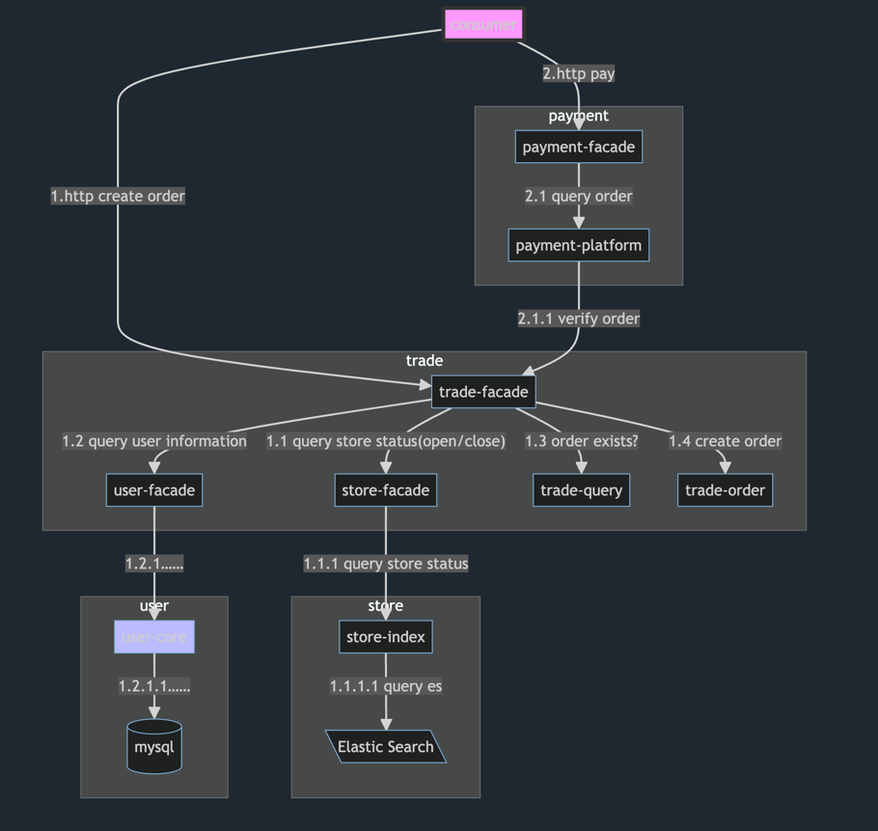
The Mermaid diagram doc/img/flow.png in deipss/jvm-sandbox-inspector, before a commit. Its source is kept beside it as doc/img/flow.mermaid.
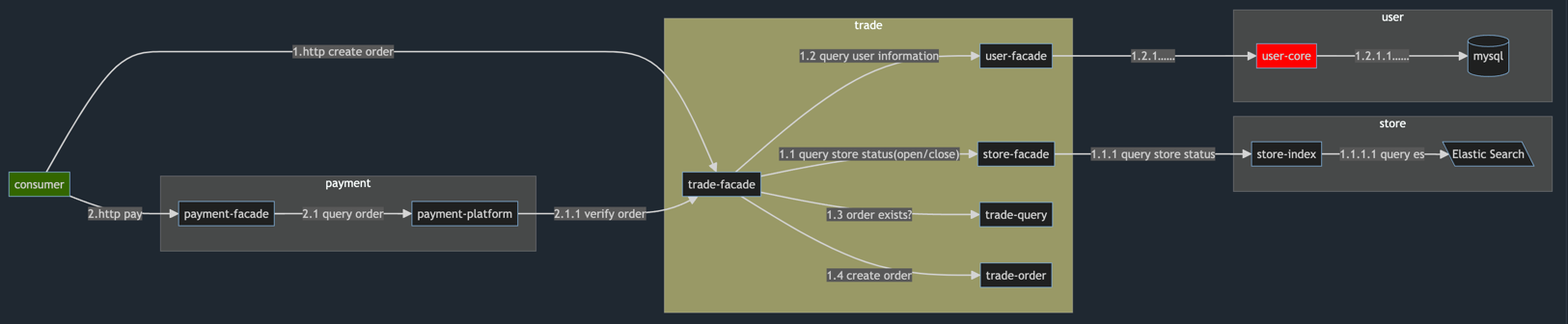
After the change.

What changed in the source:
```diff
@@ -1,4 +1,4 @@
-flowchart TB
+flowchart LR
     consumer --1.http create order--> trade-facade
     consumer --2.http pay--> payment-facade
 subgraph trade
@@ -19,5 +19,6 @@
 user-facade --1.2.1……--> user-core
 user-core --1.2.1.1……--> mysql[(mysql)]
 end
-style consumer fill:#f9f,stroke:#333,stroke-width:4px
-style user-core fill:#bbf
+style consumer fill:#336600
+style user-core fill:#FF0000
+style trade fill:#999966
```
